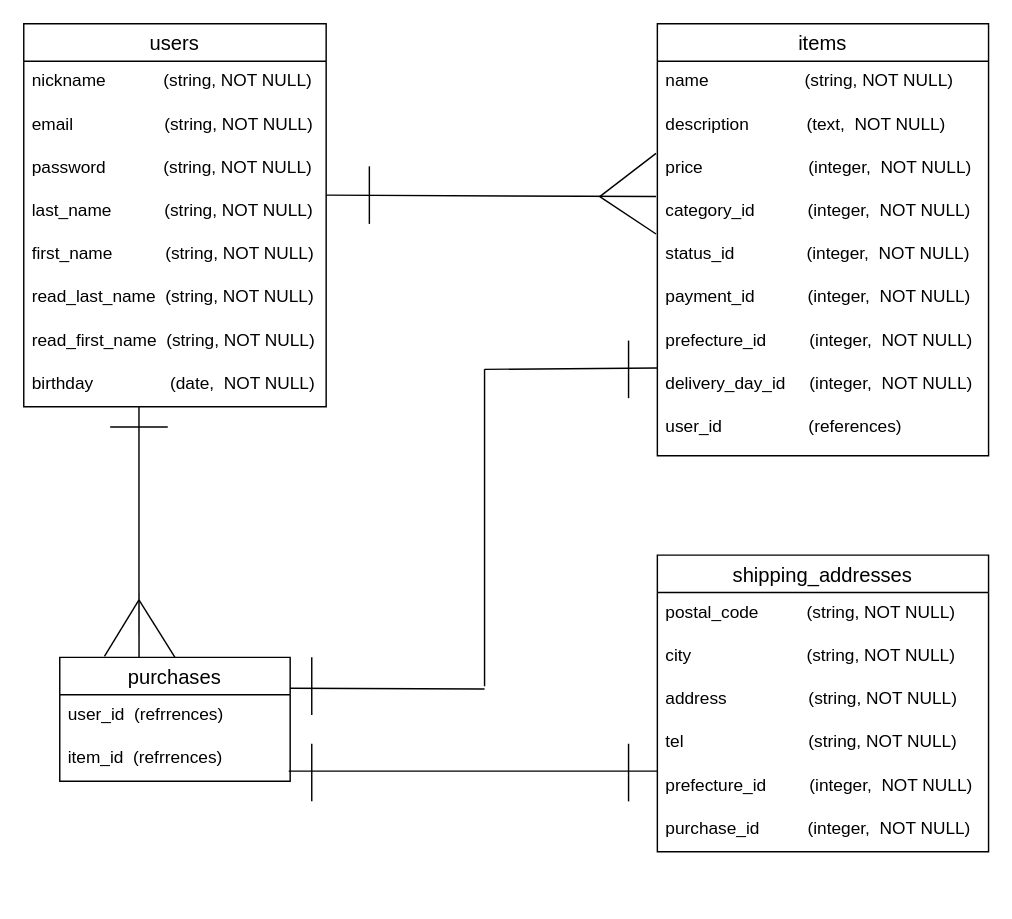
The draw.io diagram Database.dio in U-ryuryu/furima-35193, before the edit. Source tidied: cells renumbered, new cells numbered last; positions are measured from the earlier drawing's top-left corner, leaving out a move shared by most shapes. Both pictures are drawn from the tidied source at 144%, with x=0, y=0 at pixel (23, 23).
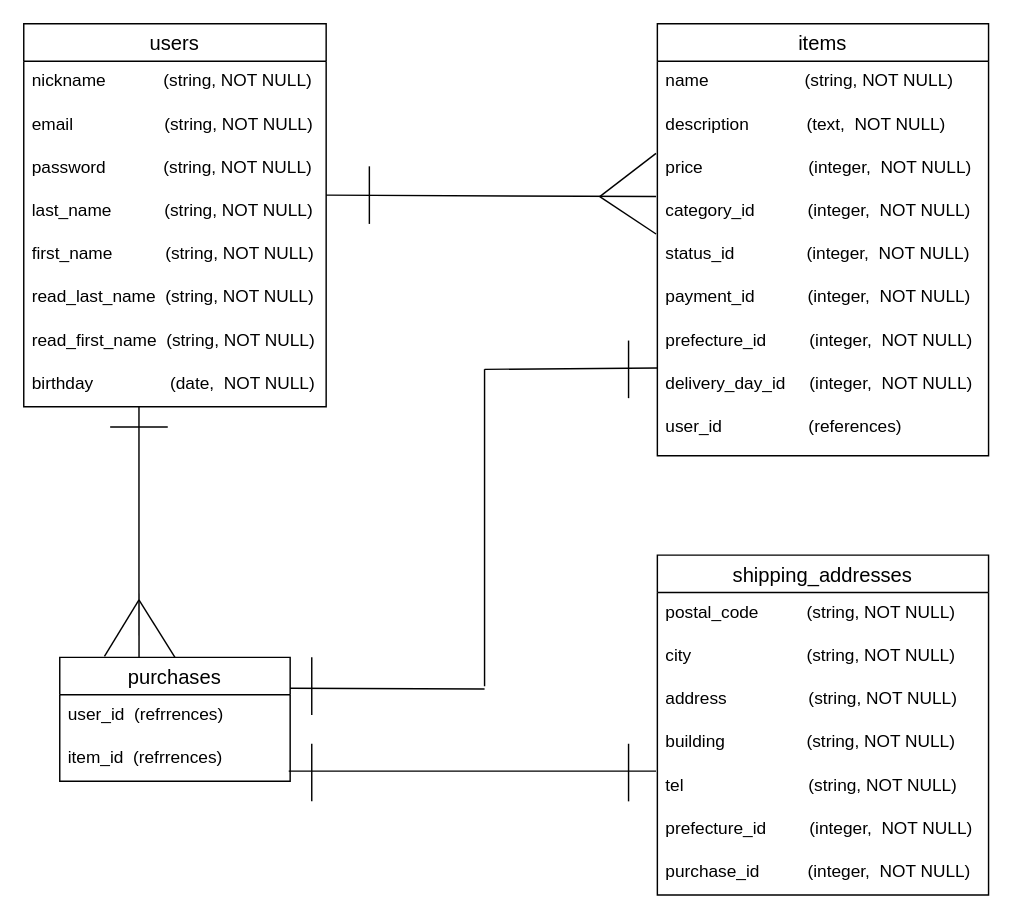
Above is the later version.

Commit message (it also covers changes not shown here):
データベース修正(_idの削除,一意性制約の追記,encrypted_passwordへの変更)

Change to the diagram source:
```diff
@@
     <mxCell id="24" value="shipping_addresses" style="swimlane;fontStyle=0;horizontal=1;startSize=26;align=center;fontSize=14;" parent="1" vertex="1">
-      <mxGeometry x="440" y="369" width="230" height="206" as="geometry" />
+      <mxGeometry x="440" y="369" width="230" height="236" as="geometry" />
     </mxCell>
@@
+    <mxCell id="47" value="building                 (string, NOT NULL)" style="text;strokeColor=none;fillColor=none;spacingLeft=4;spacingRight=4;overflow=hidden;fontSize=12;" parent="24" vertex="1">
+      <mxGeometry y="116" width="230" height="30" as="geometry" />
+    </mxCell>
     <mxCell id="28" value="tel                          (string, NOT NULL)" style="text;strokeColor=none;fillColor=none;spacingLeft=4;spacingRight=4;overflow=hidden;points=[[0,0.5],[1,0.5]];portConstraint=eastwest;fontSize=12;" parent="24" vertex="1">
-      <mxGeometry y="116" width="230" height="30" as="geometry" />
+      <mxGeometry y="146" width="230" height="30" as="geometry" />
     </mxCell>
     <mxCell id="29" value="prefecture_id         (integer,  NOT NULL)" style="text;strokeColor=none;fillColor=none;spacingLeft=4;spacingRight=4;overflow=hidden;points=[[0,0.5],[1,0.5]];portConstraint=eastwest;fontSize=12;" parent="24" vertex="1">
-      <mxGeometry y="146" width="230" height="30" as="geometry" />
+      <mxGeometry y="176" width="230" height="30" as="geometry" />
     </mxCell>
     <mxCell id="30" value="purchase_id          (integer,  NOT NULL)" style="text;strokeColor=none;fillColor=none;spacingLeft=4;spacingRight=4;overflow=hidden;fontSize=12;" parent="24" vertex="1">
-      <mxGeometry y="176" width="230" height="30" as="geometry" />
+      <mxGeometry y="206" width="230" height="30" as="geometry" />
     </mxCell>
@@
-    <mxCell id="44" style="endArrow=none;html=1;exitX=0.994;exitY=0.767;exitDx=0;exitDy=0;exitPerimeter=0;entryX=0;entryY=0.133;entryDx=0;entryDy=0;entryPerimeter=0;" parent="1" edge="1" target="29">
+    <mxCell id="44" style="endArrow=none;html=1;exitX=0.994;exitY=0.767;exitDx=0;exitDy=0;exitPerimeter=0;entryX=-0.004;entryY=0.133;entryDx=0;entryDy=0;entryPerimeter=0;" parent="1" edge="1" target="28">
       <mxGeometry relative="1" as="geometry">
         <mxPoint x="184" y="519" as="sourcePoint" />
       </mxGeometry>
     </mxCell>
```
